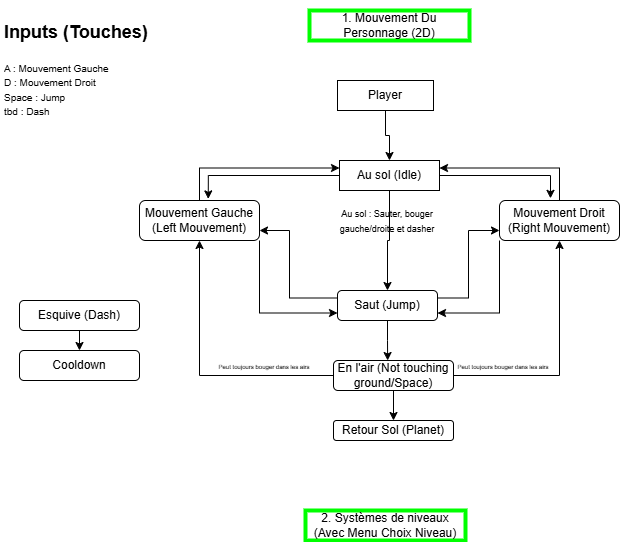
This is CharacterMovement.png from Ti-Loup/Total-Battle-2D, a draw.io export, as it was before one commit. Source tidied: cells renumbered, new cells last; positions are measured from the earlier drawing's top-left corner, leaving out a move shared by most shapes.
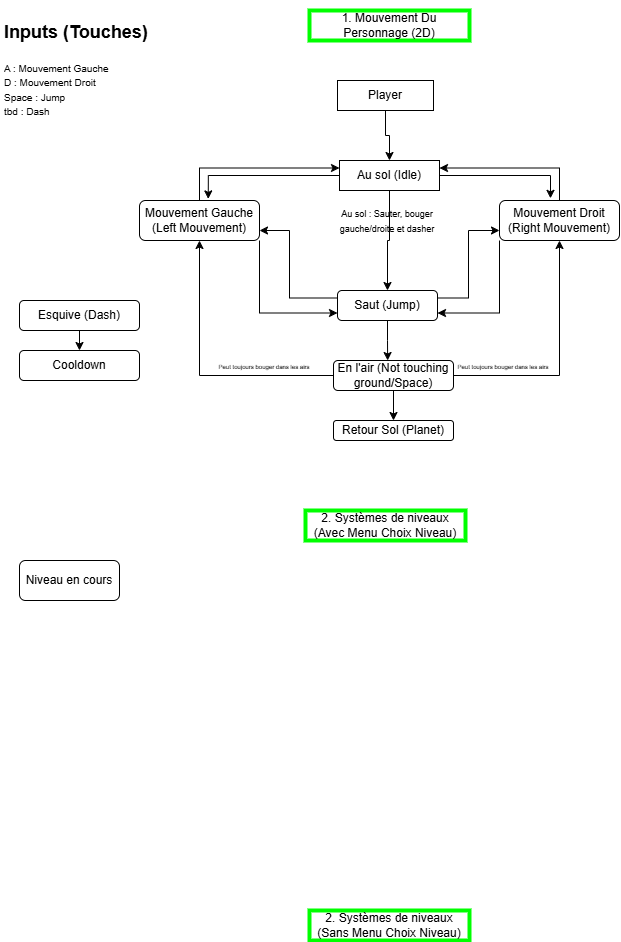
Later version of the same file.

Diff of the diagram source:
```diff
@@ -99,5 +99,11 @@
     <mxCell id="31" value="2. Systèmes de niveaux (Avec Menu Choix Niveau)" style="text;html=1;strokeColor=#00FF00;fillColor=none;align=center;verticalAlign=middle;whiteSpace=wrap;rounded=0;strokeWidth=4;" parent="1" vertex="1">
       <mxGeometry x="306" y="500" width="160" height="30" as="geometry" />
     </mxCell>
+    <mxCell id="32" value="2. Systèmes de niveaux (Sans Menu Choix Niveau)" style="text;html=1;strokeColor=#00FF00;fillColor=none;align=center;verticalAlign=middle;whiteSpace=wrap;rounded=0;strokeWidth=4;" parent="1" vertex="1">
+      <mxGeometry x="310" y="900" width="160" height="30" as="geometry" />
+    </mxCell>
+    <mxCell id="33" value="Niveau en cours" style="rounded=1;whiteSpace=wrap;html=1;" parent="1" vertex="1">
+      <mxGeometry x="20" y="550" width="100" height="40" as="geometry" />
+    </mxCell>
   </root>
 </mxGraphModel>
```
